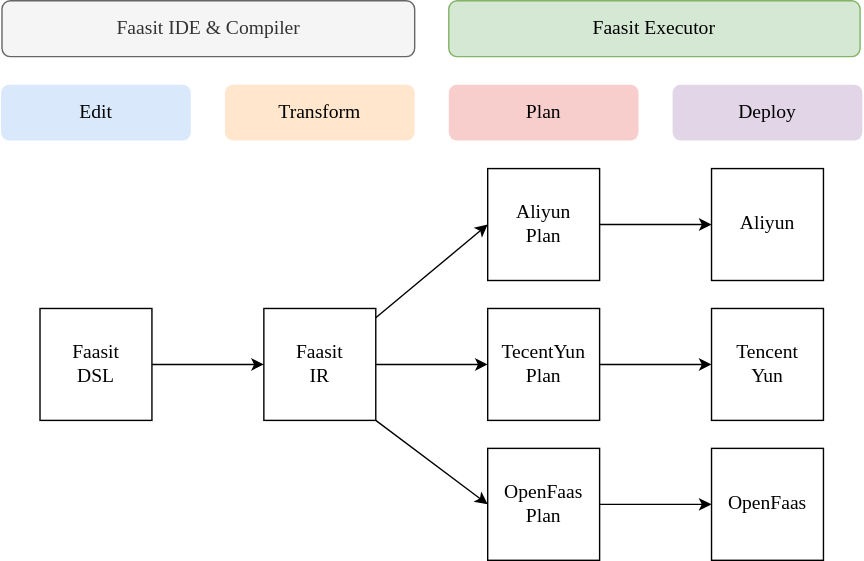
The draw.io diagram docs/assets/faasit-useflow.drawio.svg in brody715/serverless-docs, before a commit. Source tidied: cells renumbered, new cells last; positions are measured from the earlier drawing's top-left corner, leaving out a move shared by most shapes. Its diagram source:
```xml
<mxGraphModel>
  <root>
    <mxCell id="0" />
    <mxCell id="1" parent="0" />
    <mxCell id="2" value="&lt;font face=&quot;Verdana&quot; style=&quot;font-size: 14px;&quot;&gt;Transform&lt;/font&gt;" style="rounded=1;whiteSpace=wrap;html=1;fillColor=#ffe6cc;strokeColor=none;" parent="1" vertex="1">
      <mxGeometry x="160" y="60" width="135.6" height="40" as="geometry" />
    </mxCell>
    <mxCell id="3" value="&lt;font face=&quot;Verdana&quot; style=&quot;font-size: 14px;&quot;&gt;Plan&lt;/font&gt;" style="rounded=1;whiteSpace=wrap;html=1;fillColor=#f8cecc;strokeColor=none;" parent="1" vertex="1">
      <mxGeometry x="320" y="60" width="135.6" height="40" as="geometry" />
    </mxCell>
    <mxCell id="4" value="&lt;font face=&quot;Verdana&quot; style=&quot;font-size: 14px;&quot;&gt;Deploy&lt;/font&gt;" style="rounded=1;whiteSpace=wrap;html=1;fillColor=#e1d5e7;strokeColor=none;" parent="1" vertex="1">
      <mxGeometry x="480" y="60" width="135.6" height="40" as="geometry" />
    </mxCell>
    <mxCell id="5" style="edgeStyle=none;html=1;fontFamily=Verdana;fontSize=14;" parent="1" edge="1" source="6" target="10">
      <mxGeometry relative="1" as="geometry" />
    </mxCell>
    <mxCell id="6" value="Faasit&lt;br&gt;DSL" style="whiteSpace=wrap;html=1;fontFamily=Verdana;fontSize=14;" parent="1" vertex="1">
      <mxGeometry x="27.8" y="220" width="80" height="80" as="geometry" />
    </mxCell>
    <mxCell id="7" style="edgeStyle=none;html=1;entryX=0;entryY=0.5;entryDx=0;entryDy=0;fontFamily=Verdana;fontSize=14;" parent="1" edge="1" source="10" target="12">
      <mxGeometry relative="1" as="geometry" />
    </mxCell>
    <mxCell id="8" style="edgeStyle=none;html=1;exitX=1;exitY=0.5;exitDx=0;exitDy=0;entryX=0;entryY=0.5;entryDx=0;entryDy=0;fontFamily=Verdana;fontSize=14;" parent="1" edge="1" source="10" target="15">
      <mxGeometry relative="1" as="geometry" />
    </mxCell>
    <mxCell id="9" style="edgeStyle=none;html=1;exitX=1;exitY=1;exitDx=0;exitDy=0;entryX=0;entryY=0.5;entryDx=0;entryDy=0;fontFamily=Verdana;fontSize=14;" parent="1" edge="1" source="10" target="17">
      <mxGeometry relative="1" as="geometry" />
    </mxCell>
    <mxCell id="10" value="Faasit&lt;br&gt;IR" style="whiteSpace=wrap;html=1;fontFamily=Verdana;fontSize=14;" parent="1" vertex="1">
      <mxGeometry x="187.8" y="220" width="80" height="80" as="geometry" />
    </mxCell>
    <mxCell id="11" style="edgeStyle=none;html=1;fontFamily=Verdana;fontSize=14;" parent="1" edge="1" source="12" target="13">
      <mxGeometry relative="1" as="geometry" />
    </mxCell>
    <mxCell id="12" value="Aliyun&lt;br&gt;Plan" style="whiteSpace=wrap;html=1;fontFamily=Verdana;fontSize=14;" parent="1" vertex="1">
      <mxGeometry x="347.8" y="120" width="80" height="80" as="geometry" />
    </mxCell>
    <mxCell id="13" value="Aliyun" style="whiteSpace=wrap;html=1;fontFamily=Verdana;fontSize=14;" parent="1" vertex="1">
      <mxGeometry x="507.8" y="120" width="80" height="80" as="geometry" />
    </mxCell>
    <mxCell id="14" style="edgeStyle=none;html=1;entryX=0;entryY=0.5;entryDx=0;entryDy=0;fontFamily=Verdana;fontSize=14;" parent="1" edge="1" source="15" target="18">
      <mxGeometry relative="1" as="geometry" />
    </mxCell>
    <mxCell id="15" value="TecentYun&lt;br&gt;Plan" style="whiteSpace=wrap;html=1;fontFamily=Verdana;fontSize=14;" parent="1" vertex="1">
      <mxGeometry x="347.8" y="220" width="80" height="80" as="geometry" />
    </mxCell>
    <mxCell id="16" style="edgeStyle=none;html=1;fontFamily=Verdana;fontSize=14;" parent="1" edge="1" source="17" target="19">
      <mxGeometry relative="1" as="geometry" />
    </mxCell>
    <mxCell id="17" value="OpenFaas&lt;br&gt;Plan" style="whiteSpace=wrap;html=1;fontFamily=Verdana;fontSize=14;" parent="1" vertex="1">
      <mxGeometry x="347.8" y="320" width="80" height="80" as="geometry" />
    </mxCell>
    <mxCell id="18" value="Tencent&lt;br&gt;Yun" style="whiteSpace=wrap;html=1;fontFamily=Verdana;fontSize=14;" parent="1" vertex="1">
      <mxGeometry x="507.8" y="220" width="80" height="80" as="geometry" />
    </mxCell>
    <mxCell id="19" value="OpenFaas" style="whiteSpace=wrap;html=1;fontFamily=Verdana;fontSize=14;" parent="1" vertex="1">
      <mxGeometry x="507.8" y="320" width="80" height="80" as="geometry" />
    </mxCell>
    <mxCell id="20" value="&lt;font face=&quot;Verdana&quot; style=&quot;font-size: 14px;&quot;&gt;Edit&lt;/font&gt;" style="rounded=1;whiteSpace=wrap;html=1;fillColor=#dae8fc;strokeColor=none;" parent="1" vertex="1">
      <mxGeometry y="60" width="135.6" height="40" as="geometry" />
    </mxCell>
    <mxCell id="21" value="&lt;font face=&quot;Verdana&quot; style=&quot;font-size: 14px;&quot;&gt;Faasit IDE &amp;amp; Compiler&lt;/font&gt;" style="rounded=1;whiteSpace=wrap;html=1;fillColor=#f5f5f5;strokeColor=#666666;fontColor=#333333;" parent="1" vertex="1">
      <mxGeometry x="0.6" width="295" height="40" as="geometry" />
    </mxCell>
    <mxCell id="22" value="&lt;font face=&quot;Verdana&quot; style=&quot;font-size: 14px;&quot;&gt;Faasit Executor&lt;/font&gt;" style="rounded=1;whiteSpace=wrap;html=1;fillColor=#d5e8d4;strokeColor=#82b366;" parent="1" vertex="1">
      <mxGeometry x="320" width="294" height="40" as="geometry" />
    </mxCell>
  </root>
</mxGraphModel>
```
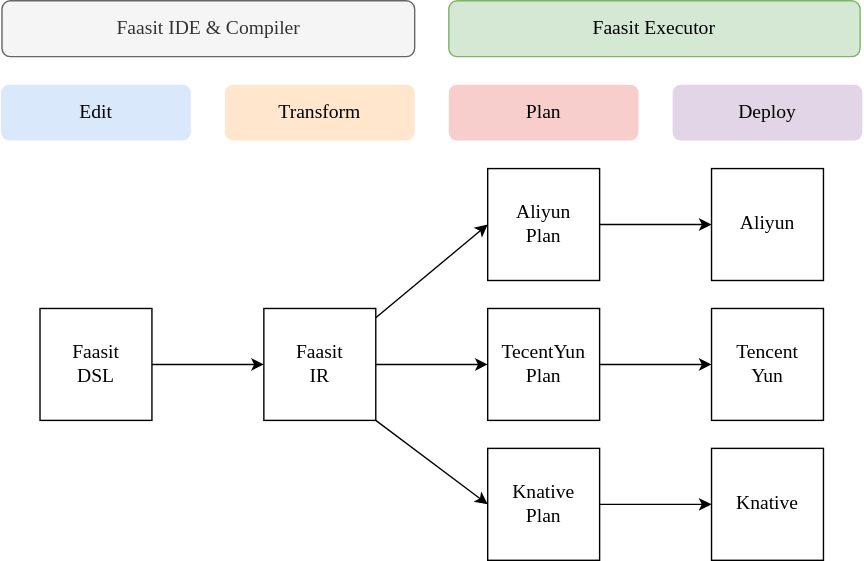
The same file after the commit.

What changed in the source:
```diff
@@ -47,13 +47,13 @@
     <mxCell id="16" style="edgeStyle=none;html=1;fontFamily=Verdana;fontSize=14;" parent="1" edge="1" source="17" target="19">
       <mxGeometry relative="1" as="geometry" />
     </mxCell>
-    <mxCell id="17" value="OpenFaas&lt;br&gt;Plan" style="whiteSpace=wrap;html=1;fontFamily=Verdana;fontSize=14;" parent="1" vertex="1">
+    <mxCell id="17" value="Knative&lt;br&gt;Plan" style="whiteSpace=wrap;html=1;fontFamily=Verdana;fontSize=14;" parent="1" vertex="1">
       <mxGeometry x="347.8" y="320" width="80" height="80" as="geometry" />
     </mxCell>
     <mxCell id="18" value="Tencent&lt;br&gt;Yun" style="whiteSpace=wrap;html=1;fontFamily=Verdana;fontSize=14;" parent="1" vertex="1">
       <mxGeometry x="507.8" y="220" width="80" height="80" as="geometry" />
     </mxCell>
-    <mxCell id="19" value="OpenFaas" style="whiteSpace=wrap;html=1;fontFamily=Verdana;fontSize=14;" parent="1" vertex="1">
+    <mxCell id="19" value="Knative" style="whiteSpace=wrap;html=1;fontFamily=Verdana;fontSize=14;" parent="1" vertex="1">
       <mxGeometry x="507.8" y="320" width="80" height="80" as="geometry" />
     </mxCell>
     <mxCell id="20" value="&lt;font face=&quot;Verdana&quot; style=&quot;font-size: 14px;&quot;&gt;Edit&lt;/font&gt;" style="rounded=1;whiteSpace=wrap;html=1;fillColor=#dae8fc;strokeColor=none;" parent="1" vertex="1">
```
